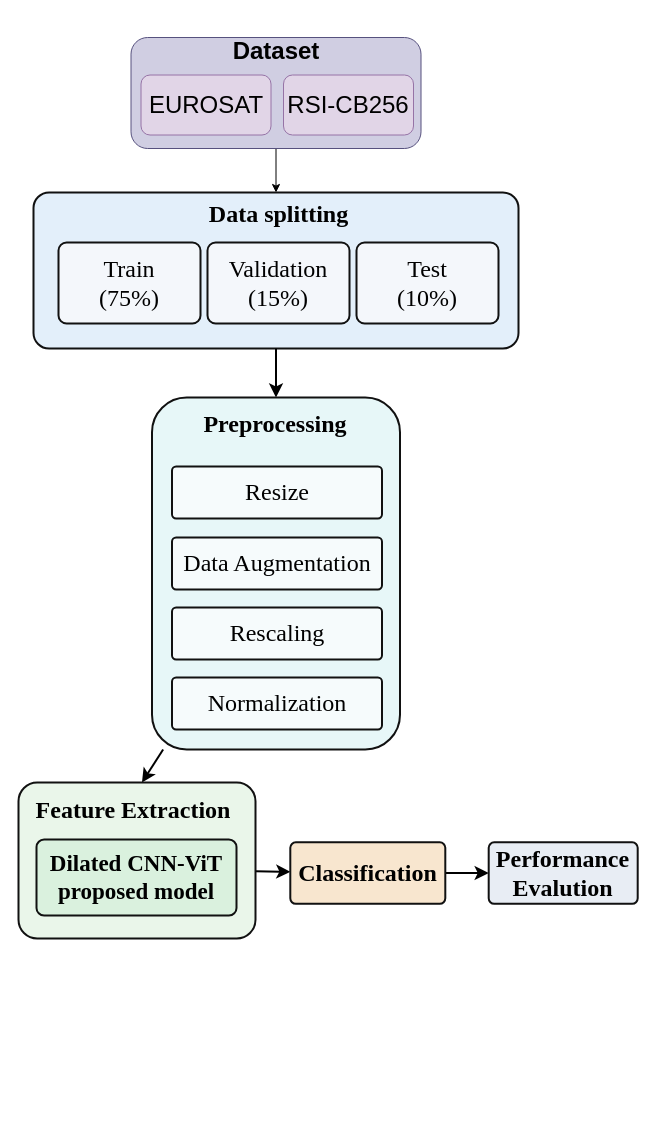
Before: glcm blk.drawio in fac010150-cyber/draw_io, a draw.io diagram. Source tidied: cells renumbered, new cells numbered last; positions are measured from the earlier drawing's top-left corner, leaving out a move shared by most shapes. Both pictures are drawn from the tidied source at 100%, with x=0, y=0 at pixel (18, 17).
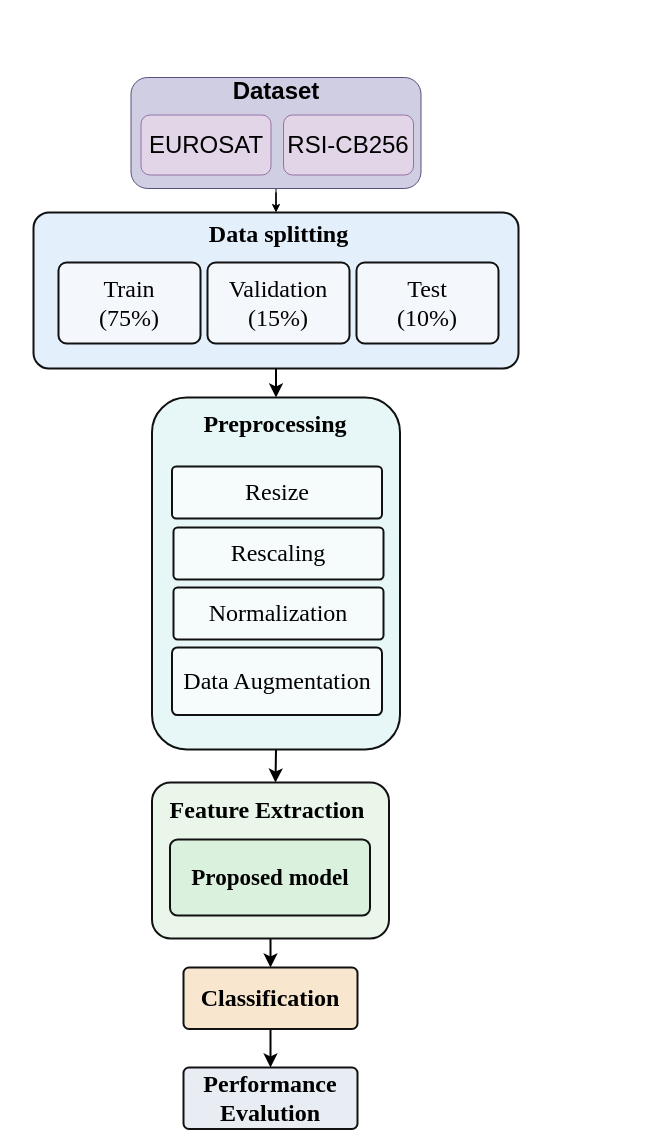
The same page after the edit.

Unchanged cells that the change refers to:
```xml
<mxCell id="9" style="rounded=1;whiteSpace=wrap;html=1;arcSize=14;fillColor=#E7F7F8;strokeColor=#111111;strokeWidth=2;" parent="1" vertex="1">
  <mxGeometry x="133.5" y="380" width="248" height="352" as="geometry" />
</mxCell>
```

What changed in the source:
```diff
@@
     <mxCell id="2" style="rounded=1;whiteSpace=wrap;html=1;arcSize=10;fillColor=#E3EFFA;strokeColor=#111111;strokeWidth=2;" parent="1" vertex="1">
-      <mxGeometry x="15" y="175" width="485" height="156" as="geometry" />
+      <mxGeometry x="15" y="195" width="485" height="156" as="geometry" />
     </mxCell>
     <mxCell id="3" value="Data splitting" style="text;html=1;strokeColor=none;fillColor=none;align=center;verticalAlign=middle;whiteSpace=wrap;rounded=0;fontFamily=Times New Roman;fontSize=24;fontStyle=1;" parent="1" vertex="1">
-      <mxGeometry x="152.5" y="180" width="215" height="34" as="geometry" />
+      <mxGeometry x="152.5" y="200" width="215" height="34" as="geometry" />
     </mxCell>
@@
     <mxCell id="5" value="Train&lt;br&gt;(75%)" style="rounded=1;whiteSpace=wrap;html=1;arcSize=10;fillColor=#F4F7FB;strokeColor=#111111;strokeWidth=2;fontFamily=Times New Roman;fontSize=24;align=center;verticalAlign=middle;" parent="1" vertex="1">
-      <mxGeometry x="40" y="225" width="142" height="81" as="geometry" />
+      <mxGeometry x="40" y="245" width="142" height="81" as="geometry" />
     </mxCell>
     <mxCell id="6" value="Validation&lt;br&gt;(15%)" style="rounded=1;whiteSpace=wrap;html=1;arcSize=10;fillColor=#F4F7FB;strokeColor=#111111;strokeWidth=2;fontFamily=Times New Roman;fontSize=24;align=center;verticalAlign=middle;" parent="1" vertex="1">
-      <mxGeometry x="189" y="225" width="142" height="81" as="geometry" />
+      <mxGeometry x="189" y="245" width="142" height="81" as="geometry" />
     </mxCell>
     <mxCell id="7" value="Test&lt;br&gt;(10%)" style="rounded=1;whiteSpace=wrap;html=1;arcSize=10;fillColor=#F4F7FB;strokeColor=#111111;strokeWidth=2;fontFamily=Times New Roman;fontSize=24;align=center;verticalAlign=middle;" parent="1" vertex="1">
-      <mxGeometry x="338" y="225" width="142" height="81" as="geometry" />
+      <mxGeometry x="338" y="245" width="142" height="81" as="geometry" />
     </mxCell>
-    <mxCell id="8" style="edgeStyle=none;curved=1;rounded=0;jettySize=auto;html=1;fontSize=12;startSize=8;endSize=8;entryX=0.521;entryY=0;entryDx=0;entryDy=0;entryPerimeter=0;strokeWidth=2;" parent="1" edge="1" source="9" target="16">
+    <mxCell id="8" style="edgeStyle=none;curved=1;rounded=0;jettySize=auto;html=1;fontSize=12;startSize=8;endSize=8;entryX=0.521;entryY=0;entryDx=0;entryDy=0;entryPerimeter=0;strokeWidth=2;exitX=0.5;exitY=1;exitDx=0;exitDy=0;" parent="1" edge="1" source="9" target="16">
       <mxGeometry relative="1" as="geometry" />
     </mxCell>
@@
     <mxCell id="12" value="Data Augmentation" style="rounded=1;whiteSpace=wrap;html=1;arcSize=8;fillColor=#F6FBFC;strokeColor=#111111;strokeWidth=2;fontFamily=Times New Roman;fontSize=24;align=center;verticalAlign=middle;" parent="1" vertex="1">
-      <mxGeometry x="153.5" y="520" width="210" height="52" as="geometry" />
+      <mxGeometry x="153.5" y="630" width="210" height="67.5" as="geometry" />
     </mxCell>
     <mxCell id="13" value="Rescaling" style="rounded=1;whiteSpace=wrap;html=1;arcSize=8;fillColor=#F6FBFC;strokeColor=#111111;strokeWidth=2;fontFamily=Times New Roman;fontSize=24;align=center;verticalAlign=middle;" parent="1" vertex="1">
-      <mxGeometry x="153.5" y="590" width="210" height="52" as="geometry" />
+      <mxGeometry x="155" y="510" width="210" height="52" as="geometry" />
     </mxCell>
     <mxCell id="14" value="Normalization" style="rounded=1;whiteSpace=wrap;html=1;arcSize=8;fillColor=#F6FBFC;strokeColor=#111111;strokeWidth=2;fontFamily=Times New Roman;fontSize=24;align=center;verticalAlign=middle;" parent="1" vertex="1">
-      <mxGeometry x="153.5" y="660" width="210" height="52" as="geometry" />
+      <mxGeometry x="155" y="570" width="210" height="52" as="geometry" />
     </mxCell>
-    <mxCell id="15" style="edgeStyle=none;curved=1;rounded=0;jettySize=auto;html=1;fontSize=12;startSize=8;endSize=8;exitX=1;exitY=0.304;exitDx=0;exitDy=0;exitPerimeter=0;strokeWidth=2;" parent="1" edge="1" target="20">
-      <mxGeometry relative="1" as="geometry">
-        <mxPoint x="237" y="853.8" as="sourcePoint" />
-      </mxGeometry>
+    <mxCell id="15" style="edgeStyle=none;curved=1;rounded=0;jettySize=auto;html=1;fontSize=12;startSize=8;endSize=8;exitX=0.5;exitY=1;exitDx=0;exitDy=0;strokeWidth=2;entryX=0.5;entryY=0;entryDx=0;entryDy=0;" parent="1" edge="1" source="16" target="20">
+      <mxGeometry relative="1" as="geometry" />
     </mxCell>
     <mxCell id="16" style="rounded=1;whiteSpace=wrap;html=1;arcSize=12;fillColor=#EAF6EA;strokeColor=#111111;strokeWidth=2;" parent="1" vertex="1">
-      <mxGeometry y="765" width="237" height="156" as="geometry" />
+      <mxGeometry x="133.5" y="765" width="237" height="156" as="geometry" />
     </mxCell>
     <mxCell id="17" value="Feature Extraction" style="text;html=1;strokeColor=none;fillColor=none;align=center;verticalAlign=middle;whiteSpace=wrap;fontFamily=Times New Roman;fontSize=24;fontStyle=1;" parent="1" vertex="1">
-      <mxGeometry x="15" y="777" width="200" height="32" as="geometry" />
+      <mxGeometry x="148.5" y="777" width="200" height="32" as="geometry" />
     </mxCell>
-    <mxCell id="18" value="&lt;b&gt;Dilated CNN-ViT&lt;br&gt;proposed model&lt;/b&gt;" style="rounded=1;whiteSpace=wrap;html=1;arcSize=10;fillColor=#DAF1DE;strokeColor=#111111;strokeWidth=2;fontFamily=Times New Roman;fontSize=23;align=center;verticalAlign=middle;" parent="1" vertex="1">
-      <mxGeometry x="18" y="822" width="200" height="76" as="geometry" />
+    <mxCell id="18" value="&lt;b&gt;Proposed model&lt;/b&gt;" style="rounded=1;whiteSpace=wrap;html=1;arcSize=10;fillColor=#DAF1DE;strokeColor=#111111;strokeWidth=2;fontFamily=Times New Roman;fontSize=23;align=center;verticalAlign=middle;" parent="1" vertex="1">
+      <mxGeometry x="151.5" y="822" width="200" height="76" as="geometry" />
     </mxCell>
@@
     <mxCell id="20" value="Classification" style="rounded=1;whiteSpace=wrap;html=1;arcSize=9;fillColor=#F8E6CF;strokeColor=#111111;strokeWidth=2;fontFamily=Times New Roman;fontSize=24;align=center;verticalAlign=middle;fontStyle=1;" parent="1" vertex="1">
-      <mxGeometry x="271.8" y="824.8" width="155" height="61.5" as="geometry" />
+      <mxGeometry x="165" y="950" width="174" height="61.5" as="geometry" />
     </mxCell>
     <mxCell id="21" value="Performance&lt;br&gt;Evalution" style="rounded=1;whiteSpace=wrap;html=1;arcSize=9;fillColor=#E8EDF4;strokeColor=#111111;strokeWidth=2;fontFamily=Times New Roman;fontSize=24;align=center;verticalAlign=middle;fontStyle=1;" parent="1" vertex="1">
-      <mxGeometry x="470.2" y="824.8" width="149" height="61.5" as="geometry" />
+      <mxGeometry x="165" y="1050" width="174" height="61.5" as="geometry" />
     </mxCell>
@@
     <mxCell id="23" style="rounded=1;whiteSpace=wrap;html=1;roundedPerimeter=1;fillColor=#d0cee2;strokeColor=#56517e;" parent="1" vertex="1">
-      <mxGeometry x="112.5" y="20" width="290" height="111" as="geometry" />
+      <mxGeometry x="112.5" y="60" width="290" height="111" as="geometry" />
     </mxCell>
     <mxCell id="24" value="EUROSAT" style="rounded=1;whiteSpace=wrap;html=1;roundedPerimeter=1;fillColor=#e1d5e7;strokeColor=#9673a6;fontSize=24;" parent="1" vertex="1">
-      <mxGeometry x="122.5" y="57.5" width="130" height="60" as="geometry" />
+      <mxGeometry x="122.5" y="97.5" width="130" height="60" as="geometry" />
     </mxCell>
     <mxCell id="25" value="RSI-CB256" style="rounded=1;whiteSpace=wrap;html=1;roundedPerimeter=1;fillColor=#e1d5e7;strokeColor=#9673a6;fontSize=24;" parent="1" vertex="1">
-      <mxGeometry x="265" y="57.5" width="130" height="60" as="geometry" />
+      <mxGeometry x="265" y="97.5" width="130" height="60" as="geometry" />
     </mxCell>
     <mxCell id="26" value="&lt;span&gt;Dataset&lt;/span&gt;" style="text;html=1;whiteSpace=wrap;strokeColor=none;fillColor=none;align=center;verticalAlign=middle;rounded=0;fontSize=24;fontStyle=1;" parent="1" vertex="1">
-      <mxGeometry x="192.5" width="130" height="67.5" as="geometry" />
+      <mxGeometry x="192.5" y="40" width="130" height="67.5" as="geometry" />
     </mxCell>
```
